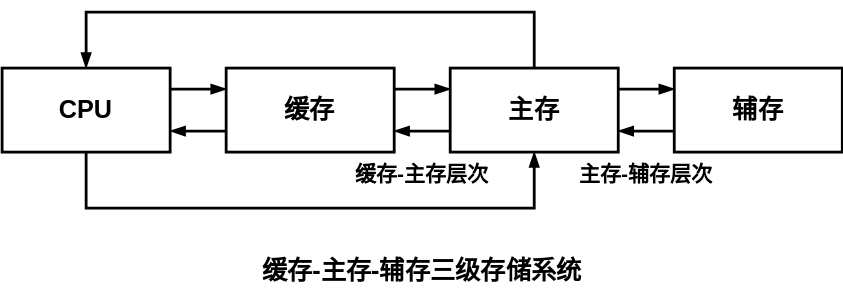
Above: pictures/计算机组成原理-存储器-层次结构.drawio.svg in creatern/NoteBook (draw.io), before the change. Source tidied: cells renumbered, new cells last; positions are measured from the earlier drawing's top-left corner, leaving out a move shared by most shapes. Its diagram source:
```xml
<mxGraphModel>
  <root>
    <mxCell id="0" />
    <mxCell id="1" parent="0" />
    <mxCell id="2" style="edgeStyle=orthogonalEdgeStyle;rounded=0;jettySize=auto;html=1;exitX=1;exitY=0.25;exitDx=0;exitDy=0;entryX=0;entryY=0.25;entryDx=0;entryDy=0;strokeWidth=2;endArrow=blockThin;endFill=1;" parent="1" edge="1" source="4" target="7">
      <mxGeometry relative="1" as="geometry" />
    </mxCell>
    <mxCell id="3" style="edgeStyle=orthogonalEdgeStyle;shape=connector;rounded=0;jettySize=auto;html=1;exitX=0.5;exitY=1;exitDx=0;exitDy=0;entryX=0.5;entryY=1;entryDx=0;entryDy=0;labelBackgroundColor=default;strokeColor=default;strokeWidth=2;fontFamily=Helvetica;fontSize=11;fontColor=default;endArrow=blockThin;endFill=1;" parent="1" edge="1" source="4" target="11">
      <mxGeometry relative="1" as="geometry">
        <Array as="points">
          <mxPoint x="60" y="140" />
          <mxPoint x="380" y="140" />
        </Array>
      </mxGeometry>
    </mxCell>
    <mxCell id="4" value="&lt;b&gt;&lt;font style=&quot;font-size: 18px;&quot;&gt;CPU&lt;/font&gt;&lt;/b&gt;" style="rounded=0;whiteSpace=wrap;html=1;strokeWidth=2;" parent="1" vertex="1">
      <mxGeometry y="40" width="120" height="60" as="geometry" />
    </mxCell>
    <mxCell id="5" style="edgeStyle=orthogonalEdgeStyle;shape=connector;rounded=0;jettySize=auto;html=1;exitX=0;exitY=0.75;exitDx=0;exitDy=0;entryX=1;entryY=0.75;entryDx=0;entryDy=0;labelBackgroundColor=default;strokeColor=default;strokeWidth=2;fontFamily=Helvetica;fontSize=11;fontColor=default;endArrow=blockThin;endFill=1;" parent="1" edge="1" source="7" target="4">
      <mxGeometry relative="1" as="geometry" />
    </mxCell>
    <mxCell id="6" style="edgeStyle=orthogonalEdgeStyle;shape=connector;rounded=0;jettySize=auto;html=1;exitX=1;exitY=0.25;exitDx=0;exitDy=0;entryX=0;entryY=0.25;entryDx=0;entryDy=0;labelBackgroundColor=default;strokeColor=default;strokeWidth=2;fontFamily=Helvetica;fontSize=11;fontColor=default;endArrow=blockThin;endFill=1;" parent="1" edge="1" source="7" target="11">
      <mxGeometry relative="1" as="geometry" />
    </mxCell>
    <mxCell id="7" value="&lt;font style=&quot;font-size: 18px;&quot;&gt;缓存&lt;/font&gt;" style="rounded=0;whiteSpace=wrap;html=1;strokeWidth=2;fontSize=18;fontStyle=1;" parent="1" vertex="1">
      <mxGeometry x="160" y="40" width="120" height="60" as="geometry" />
    </mxCell>
    <mxCell id="8" style="edgeStyle=orthogonalEdgeStyle;shape=connector;rounded=0;jettySize=auto;html=1;exitX=0;exitY=0.75;exitDx=0;exitDy=0;entryX=1;entryY=0.75;entryDx=0;entryDy=0;labelBackgroundColor=default;strokeColor=default;strokeWidth=2;fontFamily=Helvetica;fontSize=11;fontColor=default;endArrow=blockThin;endFill=1;" parent="1" edge="1" source="11" target="7">
      <mxGeometry relative="1" as="geometry" />
    </mxCell>
    <mxCell id="9" style="edgeStyle=orthogonalEdgeStyle;shape=connector;rounded=0;jettySize=auto;html=1;exitX=1;exitY=0.25;exitDx=0;exitDy=0;entryX=0;entryY=0.25;entryDx=0;entryDy=0;labelBackgroundColor=default;strokeColor=default;strokeWidth=2;fontFamily=Helvetica;fontSize=11;fontColor=default;endArrow=blockThin;endFill=1;" parent="1" edge="1" source="11" target="13">
      <mxGeometry relative="1" as="geometry" />
    </mxCell>
    <mxCell id="10" style="edgeStyle=orthogonalEdgeStyle;shape=connector;rounded=0;jettySize=auto;html=1;exitX=0.5;exitY=0;exitDx=0;exitDy=0;entryX=0.5;entryY=0;entryDx=0;entryDy=0;labelBackgroundColor=default;strokeColor=default;strokeWidth=2;fontFamily=Helvetica;fontSize=11;fontColor=default;endArrow=blockThin;endFill=1;" parent="1" edge="1" source="11" target="4">
      <mxGeometry relative="1" as="geometry">
        <Array as="points">
          <mxPoint x="380" />
          <mxPoint x="60" />
        </Array>
      </mxGeometry>
    </mxCell>
    <mxCell id="11" value="主存" style="rounded=0;whiteSpace=wrap;html=1;strokeWidth=2;fontSize=18;fontStyle=1;" parent="1" vertex="1">
      <mxGeometry x="320" y="40" width="120" height="60" as="geometry" />
    </mxCell>
    <mxCell id="12" style="edgeStyle=orthogonalEdgeStyle;shape=connector;rounded=0;jettySize=auto;html=1;exitX=0;exitY=0.75;exitDx=0;exitDy=0;entryX=1;entryY=0.75;entryDx=0;entryDy=0;labelBackgroundColor=default;strokeColor=default;strokeWidth=2;fontFamily=Helvetica;fontSize=11;fontColor=default;endArrow=blockThin;endFill=1;" parent="1" edge="1" source="13" target="11">
      <mxGeometry relative="1" as="geometry" />
    </mxCell>
    <mxCell id="13" value="辅存" style="rounded=0;whiteSpace=wrap;html=1;strokeWidth=2;fontSize=18;fontStyle=1;" parent="1" vertex="1">
      <mxGeometry x="480" y="40" width="120" height="60" as="geometry" />
    </mxCell>
    <mxCell id="14" value="&lt;b style=&quot;font-size: 15px;&quot;&gt;缓存-主存层次&lt;/b&gt;" style="text;html=1;strokeColor=none;fillColor=none;align=center;verticalAlign=middle;whiteSpace=wrap;rounded=0;fontSize=15;fontFamily=Helvetica;fontColor=default;" parent="1" vertex="1">
      <mxGeometry x="220" y="90" width="160" height="50" as="geometry" />
    </mxCell>
    <mxCell id="15" value="&lt;b style=&quot;font-size: 15px;&quot;&gt;主存-辅存层次&lt;/b&gt;" style="text;html=1;strokeColor=none;fillColor=none;align=center;verticalAlign=middle;whiteSpace=wrap;rounded=0;fontSize=15;fontFamily=Helvetica;fontColor=default;" parent="1" vertex="1">
      <mxGeometry x="380" y="90" width="160" height="50" as="geometry" />
    </mxCell>
    <mxCell id="16" value="&lt;b style=&quot;font-size: 18px;&quot;&gt;缓存-主存-辅存三级存储系统&lt;/b&gt;" style="text;html=1;strokeColor=none;fillColor=none;align=center;verticalAlign=middle;whiteSpace=wrap;rounded=0;fontSize=18;fontFamily=Helvetica;fontColor=default;" parent="1" vertex="1">
      <mxGeometry x="180" y="160" width="240" height="50" as="geometry" />
    </mxCell>
  </root>
</mxGraphModel>
```
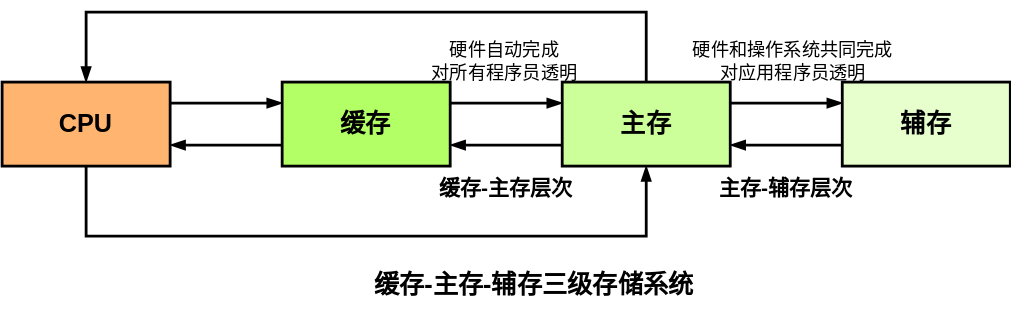
Above is the later version.

The edit, as a diff of the source:
```diff
@@ -8,13 +8,13 @@
     <mxCell id="3" style="edgeStyle=orthogonalEdgeStyle;shape=connector;rounded=0;jettySize=auto;html=1;exitX=0.5;exitY=1;exitDx=0;exitDy=0;entryX=0.5;entryY=1;entryDx=0;entryDy=0;labelBackgroundColor=default;strokeColor=default;strokeWidth=2;fontFamily=Helvetica;fontSize=11;fontColor=default;endArrow=blockThin;endFill=1;" parent="1" edge="1" source="4" target="11">
       <mxGeometry relative="1" as="geometry">
         <Array as="points">
-          <mxPoint x="60" y="140" />
+          <mxPoint x="-20" y="140" />
           <mxPoint x="380" y="140" />
         </Array>
       </mxGeometry>
     </mxCell>
-    <mxCell id="4" value="&lt;b&gt;&lt;font style=&quot;font-size: 18px;&quot;&gt;CPU&lt;/font&gt;&lt;/b&gt;" style="rounded=0;whiteSpace=wrap;html=1;strokeWidth=2;" parent="1" vertex="1">
-      <mxGeometry y="40" width="120" height="60" as="geometry" />
+    <mxCell id="4" value="&lt;b&gt;&lt;font style=&quot;font-size: 18px;&quot;&gt;CPU&lt;/font&gt;&lt;/b&gt;" style="rounded=0;whiteSpace=wrap;html=1;strokeWidth=2;fillColor=#FFB570;" parent="1" vertex="1">
+      <mxGeometry x="-80" y="30" width="120" height="60" as="geometry" />
     </mxCell>
     <mxCell id="5" style="edgeStyle=orthogonalEdgeStyle;shape=connector;rounded=0;jettySize=auto;html=1;exitX=0;exitY=0.75;exitDx=0;exitDy=0;entryX=1;entryY=0.75;entryDx=0;entryDy=0;labelBackgroundColor=default;strokeColor=default;strokeWidth=2;fontFamily=Helvetica;fontSize=11;fontColor=default;endArrow=blockThin;endFill=1;" parent="1" edge="1" source="7" target="4">
       <mxGeometry relative="1" as="geometry" />
@@ -22,8 +22,8 @@
     <mxCell id="6" style="edgeStyle=orthogonalEdgeStyle;shape=connector;rounded=0;jettySize=auto;html=1;exitX=1;exitY=0.25;exitDx=0;exitDy=0;entryX=0;entryY=0.25;entryDx=0;entryDy=0;labelBackgroundColor=default;strokeColor=default;strokeWidth=2;fontFamily=Helvetica;fontSize=11;fontColor=default;endArrow=blockThin;endFill=1;" parent="1" edge="1" source="7" target="11">
       <mxGeometry relative="1" as="geometry" />
     </mxCell>
-    <mxCell id="7" value="&lt;font style=&quot;font-size: 18px;&quot;&gt;缓存&lt;/font&gt;" style="rounded=0;whiteSpace=wrap;html=1;strokeWidth=2;fontSize=18;fontStyle=1;" parent="1" vertex="1">
-      <mxGeometry x="160" y="40" width="120" height="60" as="geometry" />
+    <mxCell id="7" value="&lt;font style=&quot;font-size: 18px;&quot;&gt;缓存&lt;/font&gt;" style="rounded=0;whiteSpace=wrap;html=1;strokeWidth=2;fontSize=18;fontStyle=1;fillColor=#B3FF66;" parent="1" vertex="1">
+      <mxGeometry x="120" y="30" width="120" height="60" as="geometry" />
     </mxCell>
     <mxCell id="8" style="edgeStyle=orthogonalEdgeStyle;shape=connector;rounded=0;jettySize=auto;html=1;exitX=0;exitY=0.75;exitDx=0;exitDy=0;entryX=1;entryY=0.75;entryDx=0;entryDy=0;labelBackgroundColor=default;strokeColor=default;strokeWidth=2;fontFamily=Helvetica;fontSize=11;fontColor=default;endArrow=blockThin;endFill=1;" parent="1" edge="1" source="11" target="7">
       <mxGeometry relative="1" as="geometry" />
@@ -34,28 +34,34 @@
     <mxCell id="10" style="edgeStyle=orthogonalEdgeStyle;shape=connector;rounded=0;jettySize=auto;html=1;exitX=0.5;exitY=0;exitDx=0;exitDy=0;entryX=0.5;entryY=0;entryDx=0;entryDy=0;labelBackgroundColor=default;strokeColor=default;strokeWidth=2;fontFamily=Helvetica;fontSize=11;fontColor=default;endArrow=blockThin;endFill=1;" parent="1" edge="1" source="11" target="4">
       <mxGeometry relative="1" as="geometry">
         <Array as="points">
-          <mxPoint x="380" />
-          <mxPoint x="60" />
+          <mxPoint x="380" y="-20" />
+          <mxPoint x="-20" y="-20" />
         </Array>
       </mxGeometry>
     </mxCell>
-    <mxCell id="11" value="主存" style="rounded=0;whiteSpace=wrap;html=1;strokeWidth=2;fontSize=18;fontStyle=1;" parent="1" vertex="1">
-      <mxGeometry x="320" y="40" width="120" height="60" as="geometry" />
+    <mxCell id="11" value="主存" style="rounded=0;whiteSpace=wrap;html=1;strokeWidth=2;fontSize=18;fontStyle=1;fillColor=#CCFF99;" parent="1" vertex="1">
+      <mxGeometry x="320" y="30" width="120" height="60" as="geometry" />
     </mxCell>
     <mxCell id="12" style="edgeStyle=orthogonalEdgeStyle;shape=connector;rounded=0;jettySize=auto;html=1;exitX=0;exitY=0.75;exitDx=0;exitDy=0;entryX=1;entryY=0.75;entryDx=0;entryDy=0;labelBackgroundColor=default;strokeColor=default;strokeWidth=2;fontFamily=Helvetica;fontSize=11;fontColor=default;endArrow=blockThin;endFill=1;" parent="1" edge="1" source="13" target="11">
       <mxGeometry relative="1" as="geometry" />
     </mxCell>
-    <mxCell id="13" value="辅存" style="rounded=0;whiteSpace=wrap;html=1;strokeWidth=2;fontSize=18;fontStyle=1;" parent="1" vertex="1">
-      <mxGeometry x="480" y="40" width="120" height="60" as="geometry" />
+    <mxCell id="13" value="辅存" style="rounded=0;whiteSpace=wrap;html=1;strokeWidth=2;fontSize=18;fontStyle=1;fillColor=#E6FFCC;" parent="1" vertex="1">
+      <mxGeometry x="520" y="30" width="120" height="60" as="geometry" />
     </mxCell>
     <mxCell id="14" value="&lt;b style=&quot;font-size: 15px;&quot;&gt;缓存-主存层次&lt;/b&gt;" style="text;html=1;strokeColor=none;fillColor=none;align=center;verticalAlign=middle;whiteSpace=wrap;rounded=0;fontSize=15;fontFamily=Helvetica;fontColor=default;" parent="1" vertex="1">
-      <mxGeometry x="220" y="90" width="160" height="50" as="geometry" />
+      <mxGeometry x="200" y="80" width="160" height="50" as="geometry" />
     </mxCell>
     <mxCell id="15" value="&lt;b style=&quot;font-size: 15px;&quot;&gt;主存-辅存层次&lt;/b&gt;" style="text;html=1;strokeColor=none;fillColor=none;align=center;verticalAlign=middle;whiteSpace=wrap;rounded=0;fontSize=15;fontFamily=Helvetica;fontColor=default;" parent="1" vertex="1">
-      <mxGeometry x="380" y="90" width="160" height="50" as="geometry" />
+      <mxGeometry x="400" y="80" width="160" height="50" as="geometry" />
     </mxCell>
     <mxCell id="16" value="&lt;b style=&quot;font-size: 18px;&quot;&gt;缓存-主存-辅存三级存储系统&lt;/b&gt;" style="text;html=1;strokeColor=none;fillColor=none;align=center;verticalAlign=middle;whiteSpace=wrap;rounded=0;fontSize=18;fontFamily=Helvetica;fontColor=default;" parent="1" vertex="1">
-      <mxGeometry x="180" y="160" width="240" height="50" as="geometry" />
+      <mxGeometry x="180" y="150" width="240" height="50" as="geometry" />
     </mxCell>
+    <mxCell id="17" value="硬件自动完成&lt;br&gt;对所有程序员透明" style="text;html=1;strokeColor=none;fillColor=none;align=center;verticalAlign=middle;whiteSpace=wrap;rounded=0;fontSize=13;" parent="1" vertex="1">
+      <mxGeometry x="214" width="130" height="30" as="geometry" />
+    </mxCell>
+    <mxCell id="18" value="硬件和操作系统共同完成&lt;br&gt;对应用程序员透明" style="text;html=1;strokeColor=none;fillColor=none;align=center;verticalAlign=middle;whiteSpace=wrap;rounded=0;fontSize=13;" parent="1" vertex="1">
+      <mxGeometry x="410" width="150" height="30" as="geometry" />
+    </mxCell>
   </root>
 </mxGraphModel>
```
